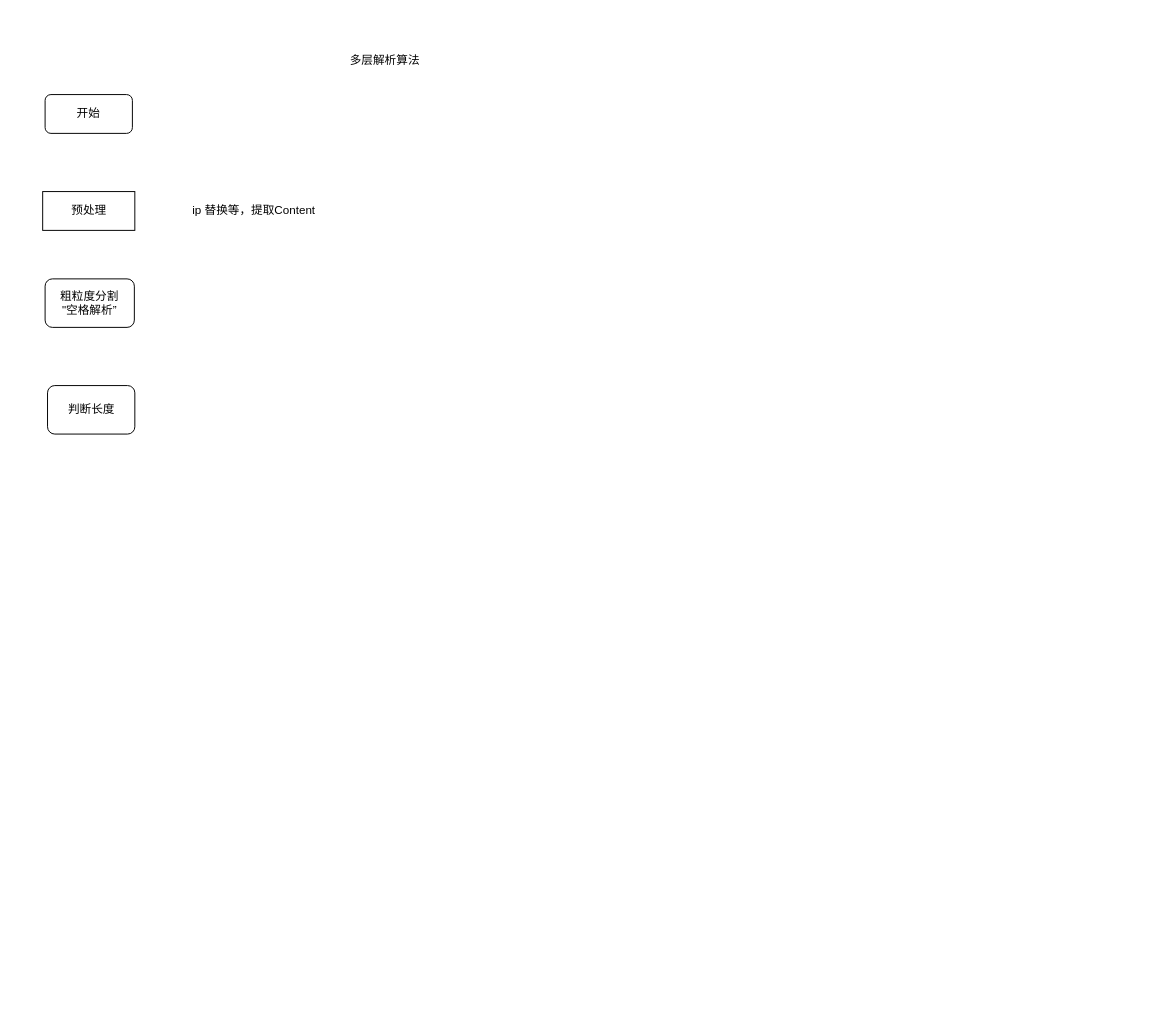
Above: 未命名绘图.drawio in StruggleForCode/draw (draw.io), before the change. Source tidied: cells renumbered, new cells numbered last; positions are measured from the earlier drawing's top-left corner, leaving out a move shared by most shapes. Both pictures are drawn from the tidied source at 97%, with x=0, y=0 at pixel (43, 46).
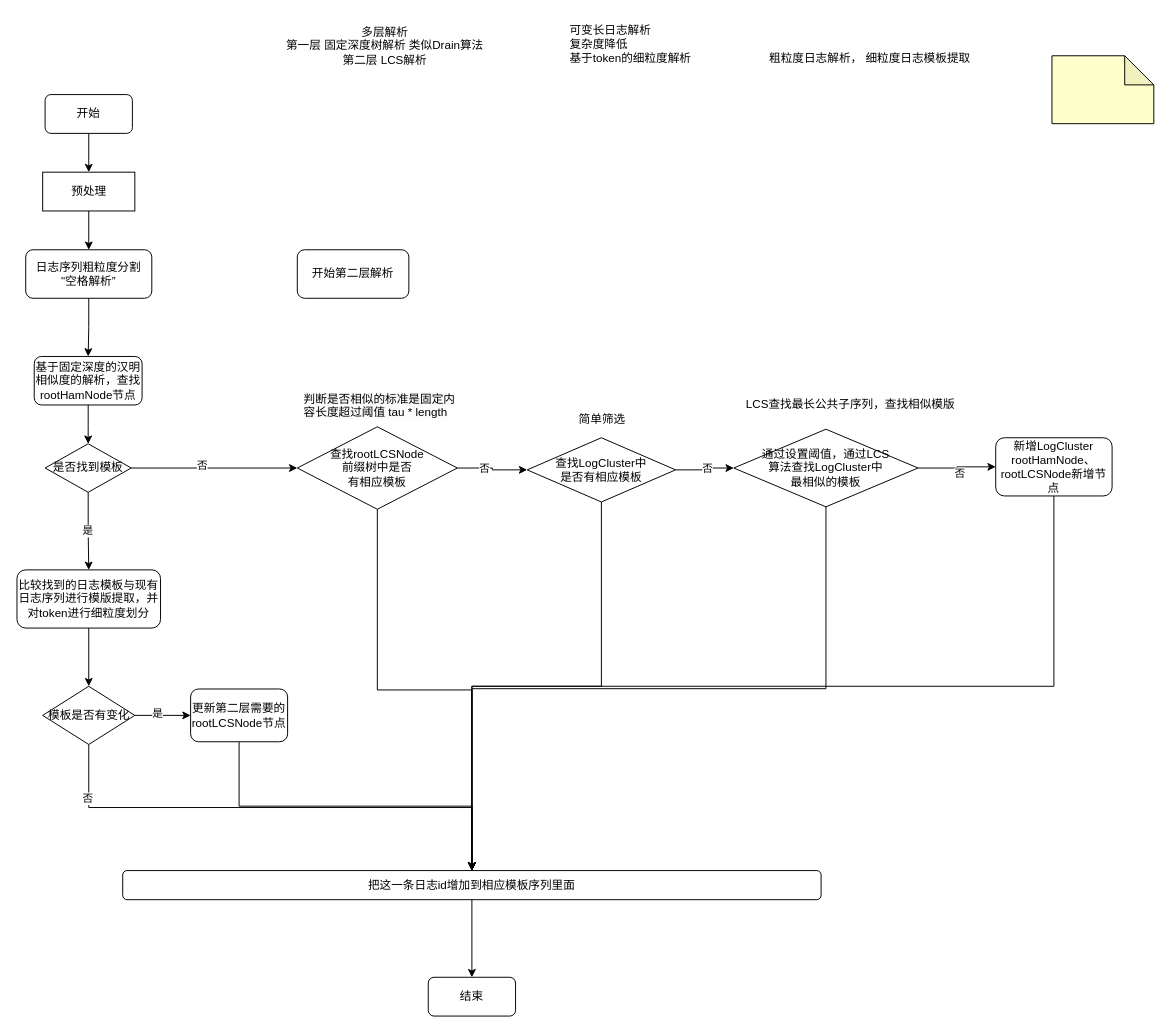
The same diagram, later.

Commit message:
日志解析算法的设计.drawio

Unchanged cells that the change refers to:
```xml
<mxCell id="2" value="开始" style="rounded=1;whiteSpace=wrap;html=1;" parent="1" vertex="1">
  <mxGeometry x="2" y="50" width="90" height="40" as="geometry" />
</mxCell>
```

Change to the diagram source:
```diff
@@
+    <mxCell id="9" style="edgeStyle=orthogonalEdgeStyle;rounded=0;jettySize=auto;html=1;" parent="1" edge="1" source="2" target="3">
+      <mxGeometry relative="1" as="geometry" />
+    </mxCell>
@@
+    <mxCell id="10" style="edgeStyle=orthogonalEdgeStyle;rounded=0;jettySize=auto;html=1;" parent="1" edge="1" source="3" target="5">
+      <mxGeometry relative="1" as="geometry" />
+    </mxCell>
     <mxCell id="3" value="预处理" style="rounded=0;whiteSpace=wrap;html=1;" parent="1" vertex="1">
-      <mxGeometry x="-0.5" y="150" width="95" height="40" as="geometry" />
+      <mxGeometry x="-0.5" y="130" width="95" height="40" as="geometry" />
     </mxCell>
-    <mxCell id="4" value="ip 替换等，提取Content" style="text;html=1;align=center;verticalAlign=middle;strokeColor=none;fillColor=none;" parent="1" vertex="1">
-      <mxGeometry x="142" y="155" width="150" height="30" as="geometry" />
-    </mxCell>
+    <mxCell id="11" style="edgeStyle=orthogonalEdgeStyle;rounded=0;jettySize=auto;html=1;" parent="1" edge="1" source="5" target="6">
+      <mxGeometry relative="1" as="geometry" />
+    </mxCell>
-    <mxCell id="5" value="粗粒度分割&lt;div&gt;&quot;空格解析”&lt;/div&gt;" style="rounded=1;whiteSpace=wrap;html=1;" parent="1" vertex="1">
-      <mxGeometry x="2" y="240" width="92" height="50" as="geometry" />
+    <mxCell id="5" value="日志序列粗粒度分割&lt;div&gt;&quot;空格解析”&lt;/div&gt;" style="rounded=1;whiteSpace=wrap;html=1;" parent="1" vertex="1">
+      <mxGeometry x="-18" y="210" width="130" height="50" as="geometry" />
     </mxCell>
+    <mxCell id="12" style="edgeStyle=orthogonalEdgeStyle;rounded=0;jettySize=auto;html=1;" parent="1" edge="1" source="6" target="18">
+      <mxGeometry relative="1" as="geometry" />
+    </mxCell>
-    <mxCell id="6" value="判断长度" style="rounded=1;whiteSpace=wrap;html=1;" parent="1" vertex="1">
-      <mxGeometry x="4.5" y="350" width="90" height="50" as="geometry" />
+    <mxCell id="6" value="基于固定深度的汉明相似度的解析，查找rootHamNode节点" style="rounded=1;whiteSpace=wrap;html=1;" parent="1" vertex="1">
+      <mxGeometry x="-9.2" y="320" width="111.2" height="50" as="geometry" />
     </mxCell>
-    <mxCell id="7" value="多层解析算法" style="text;html=1;align=center;verticalAlign=middle;strokeColor=none;fillColor=none;" parent="1" vertex="1">
-      <mxGeometry x="302" width="100" height="30" as="geometry" />
+    <mxCell id="7" value="多层解析&lt;div&gt;第一层 固定深度树解析 类似Drain算法&lt;/div&gt;&lt;div&gt;第二层 LCS解析&lt;/div&gt;" style="text;html=1;align=center;verticalAlign=middle;strokeColor=none;fillColor=none;" parent="1" vertex="1">
+      <mxGeometry x="237" y="-30" width="230" height="60" as="geometry" />
     </mxCell>
@@
+    <mxCell id="13" value="&lt;div&gt;&lt;div&gt;可变长日志解析&lt;/div&gt;&lt;div&gt;复杂度降低&lt;/div&gt;&lt;/div&gt;基于token的细粒度解析&lt;div&gt;&lt;br&gt;&lt;/div&gt;" style="text;html=1;align=left;verticalAlign=middle;strokeColor=none;fillColor=none;" parent="1" vertex="1">
+      <mxGeometry x="540.5" y="-30" width="150" height="70" as="geometry" />
+    </mxCell>
+    <mxCell id="14" value="&lt;div style=&quot;background-color: rgb(255, 255, 255); color: rgb(8, 8, 8);&quot;&gt;&lt;pre style=&quot;&quot;&gt;&lt;div style=&quot;color: light-dark(rgb(8, 8, 8), rgb(230, 230, 230)); font-family: &amp;quot;JetBrains Mono&amp;quot;, monospace; font-size: 9.8pt; text-align: left;&quot;&gt;&lt;br&gt;&lt;/div&gt;&lt;/pre&gt;&lt;/div&gt;" style="text;html=1;align=center;verticalAlign=middle;strokeColor=none;fillColor=none;" parent="1" vertex="1">
+      <mxGeometry x="472" y="188" width="20" height="50" as="geometry" />
+    </mxCell>
+    <mxCell id="15" value="是" style="edgeStyle=orthogonalEdgeStyle;rounded=0;jettySize=auto;html=1;" parent="1" edge="1" source="18" target="20">
+      <mxGeometry relative="1" as="geometry" />
+    </mxCell>
+    <mxCell id="16" style="edgeStyle=orthogonalEdgeStyle;rounded=0;jettySize=auto;html=1;" parent="1" edge="1" source="18" target="34">
+      <mxGeometry relative="1" as="geometry" />
+    </mxCell>
+    <mxCell id="17" value="否" style="edgeLabel;html=1;align=center;verticalAlign=middle;" parent="16" vertex="1">
+      <mxGeometry x="-0.15" y="3" relative="1" as="geometry" />
+    </mxCell>
+    <mxCell id="18" value="是否找到模板" style="rhombus;whiteSpace=wrap;html=1;" parent="1" vertex="1">
+      <mxGeometry x="2" y="410" width="88.8" height="50" as="geometry" />
+    </mxCell>
+    <mxCell id="19" style="edgeStyle=orthogonalEdgeStyle;rounded=0;jettySize=auto;html=1;" parent="1" edge="1" source="20" target="26">
+      <mxGeometry relative="1" as="geometry" />
+    </mxCell>
+    <mxCell id="20" value="比较找到的日志模板与现有日志序列进行模版提取，并对token进行细粒度划分" style="rounded=1;whiteSpace=wrap;html=1;" parent="1" vertex="1">
+      <mxGeometry x="-27" y="540" width="148" height="60" as="geometry" />
+    </mxCell>
+    <mxCell id="21" value="开始第二层解析" style="rounded=1;whiteSpace=wrap;html=1;" parent="1" vertex="1">
+      <mxGeometry x="262" y="210" width="115" height="50" as="geometry" />
+    </mxCell>
+    <mxCell id="22" style="edgeStyle=orthogonalEdgeStyle;rounded=0;jettySize=auto;html=1;" parent="1" edge="1" source="26" target="30">
+      <mxGeometry relative="1" as="geometry" />
+    </mxCell>
+    <mxCell id="23" value="是" style="edgeLabel;html=1;align=center;verticalAlign=middle;" parent="22" vertex="1">
+      <mxGeometry x="-0.21" y="3" relative="1" as="geometry" />
+    </mxCell>
+    <mxCell id="24" style="edgeStyle=orthogonalEdgeStyle;rounded=0;jettySize=auto;html=1;entryX=0.5;entryY=0;entryDx=0;entryDy=0;" parent="1" edge="1" source="26" target="28">
+      <mxGeometry relative="1" as="geometry" />
+    </mxCell>
+    <mxCell id="25" value="否" style="edgeLabel;html=1;align=center;verticalAlign=middle;" parent="24" vertex="1">
+      <mxGeometry x="-0.79" y="-2" relative="1" as="geometry" />
+    </mxCell>
+    <mxCell id="26" value="模板是否有变化" style="rhombus;whiteSpace=wrap;html=1;" parent="1" vertex="1">
+      <mxGeometry x="-0.5" y="660" width="95" height="60" as="geometry" />
+    </mxCell>
+    <mxCell id="27" style="edgeStyle=orthogonalEdgeStyle;rounded=0;jettySize=auto;html=1;" parent="1" edge="1" source="28" target="49">
+      <mxGeometry relative="1" as="geometry" />
+    </mxCell>
+    <mxCell id="28" value="把这一条日志id增加到相应模板序列里面" style="rounded=1;whiteSpace=wrap;html=1;" parent="1" vertex="1">
+      <mxGeometry x="82" y="850" width="720" height="30" as="geometry" />
+    </mxCell>
+    <mxCell id="29" style="edgeStyle=orthogonalEdgeStyle;rounded=0;jettySize=auto;html=1;entryX=0.5;entryY=0;entryDx=0;entryDy=0;" parent="1" edge="1" source="30" target="28">
+      <mxGeometry relative="1" as="geometry" />
+    </mxCell>
+    <mxCell id="30" value="更新第二层需要的&lt;div&gt;rootLCSNode节点&lt;/div&gt;" style="rounded=1;whiteSpace=wrap;html=1;" parent="1" vertex="1">
+      <mxGeometry x="152" y="662.8" width="100" height="54.4" as="geometry" />
+    </mxCell>
+    <mxCell id="31" style="edgeStyle=orthogonalEdgeStyle;rounded=0;jettySize=auto;html=1;" parent="1" edge="1" source="34" target="38">
+      <mxGeometry relative="1" as="geometry" />
+    </mxCell>
+    <mxCell id="32" value="否" style="edgeLabel;html=1;align=center;verticalAlign=middle;" parent="31" vertex="1">
+      <mxGeometry x="-0.26" relative="1" as="geometry" />
+    </mxCell>
+    <mxCell id="33" style="edgeStyle=orthogonalEdgeStyle;rounded=0;jettySize=auto;html=1;entryX=0.5;entryY=0;entryDx=0;entryDy=0;" parent="1" edge="1" source="34" target="28">
+      <mxGeometry relative="1" as="geometry" />
+    </mxCell>
+    <mxCell id="34" value="查找rootLCSNode&lt;div&gt;前缀树&lt;span style=&quot;background-color: transparent; color: light-dark(rgb(0, 0, 0), rgb(255, 255, 255));&quot;&gt;中是否&lt;/span&gt;&lt;/div&gt;&lt;div&gt;&lt;span style=&quot;background-color: transparent; color: light-dark(rgb(0, 0, 0), rgb(255, 255, 255));&quot;&gt;有相应模板&lt;/span&gt;&lt;/div&gt;" style="rhombus;whiteSpace=wrap;html=1;" parent="1" vertex="1">
+      <mxGeometry x="262" y="392.5" width="165" height="85" as="geometry" />
+    </mxCell>
+    <mxCell id="35" style="edgeStyle=orthogonalEdgeStyle;rounded=0;jettySize=auto;html=1;entryX=0;entryY=0.5;entryDx=0;entryDy=0;" parent="1" edge="1" source="38" target="43">
+      <mxGeometry relative="1" as="geometry" />
+    </mxCell>
+    <mxCell id="36" value="否" style="edgeLabel;html=1;align=center;verticalAlign=middle;" parent="35" vertex="1">
+      <mxGeometry x="0.01" y="-2" relative="1" as="geometry" />
+    </mxCell>
+    <mxCell id="37" style="edgeStyle=orthogonalEdgeStyle;rounded=0;jettySize=auto;html=1;entryX=0.5;entryY=0;entryDx=0;entryDy=0;" parent="1" edge="1" source="38" target="28">
+      <mxGeometry relative="1" as="geometry" />
+    </mxCell>
+    <mxCell id="38" value="查找LogCluster中&lt;div&gt;&lt;span style=&quot;background-color: transparent; color: light-dark(rgb(0, 0, 0), rgb(255, 255, 255));&quot;&gt;是否有相应模板&lt;/span&gt;&lt;/div&gt;" style="rhombus;whiteSpace=wrap;html=1;" parent="1" vertex="1">
+      <mxGeometry x="499" y="403.8" width="153" height="66.2" as="geometry" />
+    </mxCell>
+    <mxCell id="39" style="shape=note;whiteSpace=wrap;html=1;backgroundOutline=1;darkOpacity=0.05;fillColor=#FFFFCC;" parent="1" vertex="1">
+      <mxGeometry x="1040" y="10" width="105" height="70" as="geometry" />
+    </mxCell>
+    <mxCell id="40" style="edgeStyle=orthogonalEdgeStyle;rounded=0;jettySize=auto;html=1;" parent="1" edge="1" source="43" target="48">
+      <mxGeometry relative="1" as="geometry" />
+    </mxCell>
+    <mxCell id="41" value="否" style="edgeLabel;html=1;align=center;verticalAlign=middle;" parent="40" vertex="1">
+      <mxGeometry x="-0.01" y="-5" relative="1" as="geometry">
+        <mxPoint x="-3" y="5" as="offset" />
+      </mxGeometry>
+    </mxCell>
+    <mxCell id="42" style="edgeStyle=orthogonalEdgeStyle;rounded=0;jettySize=auto;html=1;entryX=0.5;entryY=0;entryDx=0;entryDy=0;" parent="1" edge="1" source="43" target="28">
+      <mxGeometry relative="1" as="geometry" />
+    </mxCell>
+    <mxCell id="43" value="通过设置阈值，通过LCS&lt;div&gt;算法&lt;span style=&quot;background-color: transparent; color: light-dark(rgb(0, 0, 0), rgb(255, 255, 255));&quot;&gt;查找LogCluster中&lt;/span&gt;&lt;div&gt;&lt;div&gt;&lt;span style=&quot;background-color: transparent; color: light-dark(rgb(0, 0, 0), rgb(255, 255, 255));&quot;&gt;最相似的模板&lt;/span&gt;&lt;/div&gt;&lt;/div&gt;&lt;/div&gt;" style="rhombus;whiteSpace=wrap;html=1;" parent="1" vertex="1">
+      <mxGeometry x="712" y="395" width="190" height="80" as="geometry" />
+    </mxCell>
+    <mxCell id="44" value="简单筛选" style="text;html=1;align=center;verticalAlign=middle;strokeColor=none;fillColor=none;" parent="1" vertex="1">
+      <mxGeometry x="540.5" y="370" width="70" height="30" as="geometry" />
+    </mxCell>
+    <mxCell id="45" value="&lt;span style=&quot;color: rgb(0, 0, 0); font-family: Helvetica; font-size: 12px; font-style: normal; font-variant-ligatures: normal; font-variant-caps: normal; font-weight: 400; letter-spacing: normal; orphans: 2; text-align: center; text-indent: 0px; text-transform: none; widows: 2; word-spacing: 0px; -webkit-text-stroke-width: 0px; white-space: normal; background-color: rgb(251, 251, 251); text-decoration-thickness: initial; text-decoration-style: initial; text-decoration-color: initial; display: inline !important; float: none;&quot;&gt;判断是否相似的标准是固定内容长度超过阈值 tau * length&lt;/span&gt;" style="text;whiteSpace=wrap;html=1;" parent="1" vertex="1">
+      <mxGeometry x="267" y="350" width="160" height="40" as="geometry" />
+    </mxCell>
+    <mxCell id="46" value="LCS查找最长公共子序列，查找相似模版" style="text;html=1;align=center;verticalAlign=middle;strokeColor=none;fillColor=none;" parent="1" vertex="1">
+      <mxGeometry x="712" y="355" width="240" height="30" as="geometry" />
+    </mxCell>
+    <mxCell id="47" style="edgeStyle=orthogonalEdgeStyle;rounded=0;jettySize=auto;html=1;entryX=0.5;entryY=0;entryDx=0;entryDy=0;" parent="1" edge="1" source="48" target="28">
+      <mxGeometry relative="1" as="geometry">
+        <Array as="points">
+          <mxPoint x="1042" y="660" />
+          <mxPoint x="442" y="660" />
+        </Array>
+      </mxGeometry>
+    </mxCell>
+    <mxCell id="48" value="新增LogCluster&lt;div&gt;rootHamNode、rootLCSNode新增节点&lt;/div&gt;" style="rounded=1;whiteSpace=wrap;html=1;" parent="1" vertex="1">
+      <mxGeometry x="982" y="403.8" width="120" height="60" as="geometry" />
+    </mxCell>
+    <mxCell id="49" value="结束" style="rounded=1;whiteSpace=wrap;html=1;" parent="1" vertex="1">
+      <mxGeometry x="397" y="960" width="90" height="40" as="geometry" />
+    </mxCell>
+    <mxCell id="50" value="粗粒度日志解析， 细粒度日志模板提取" style="text;html=1;align=center;verticalAlign=middle;strokeColor=none;fillColor=none;" parent="1" vertex="1">
+      <mxGeometry x="737" y="-2" width="230" height="30" as="geometry" />
+    </mxCell>
```
